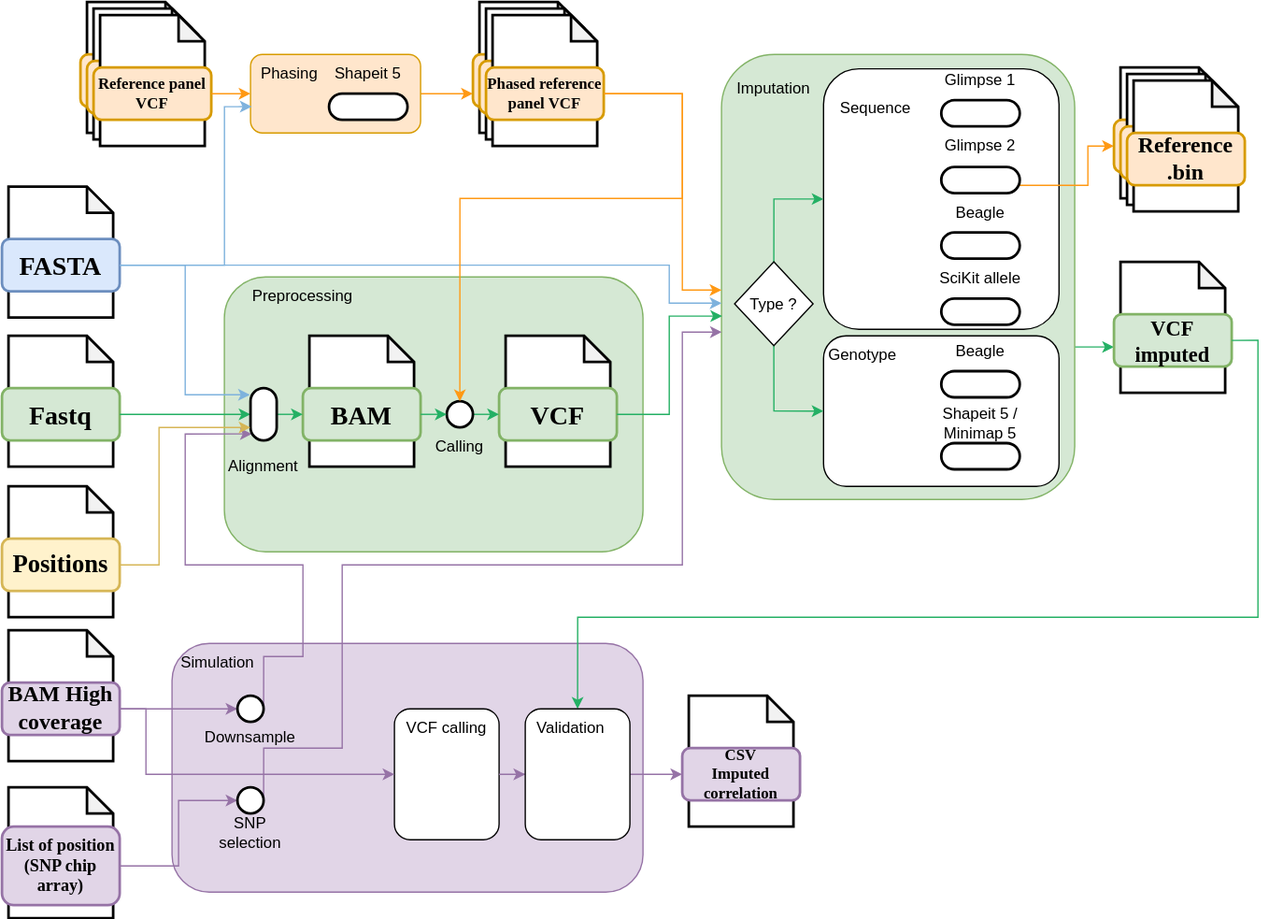
Before: docs/metro_map.drawio.svg, a diagram exported from draw.io (nf-core/phaseimpute). Source tidied: cells renumbered, new cells last; positions are measured from the earlier drawing's top-left corner, leaving out a move shared by most shapes.
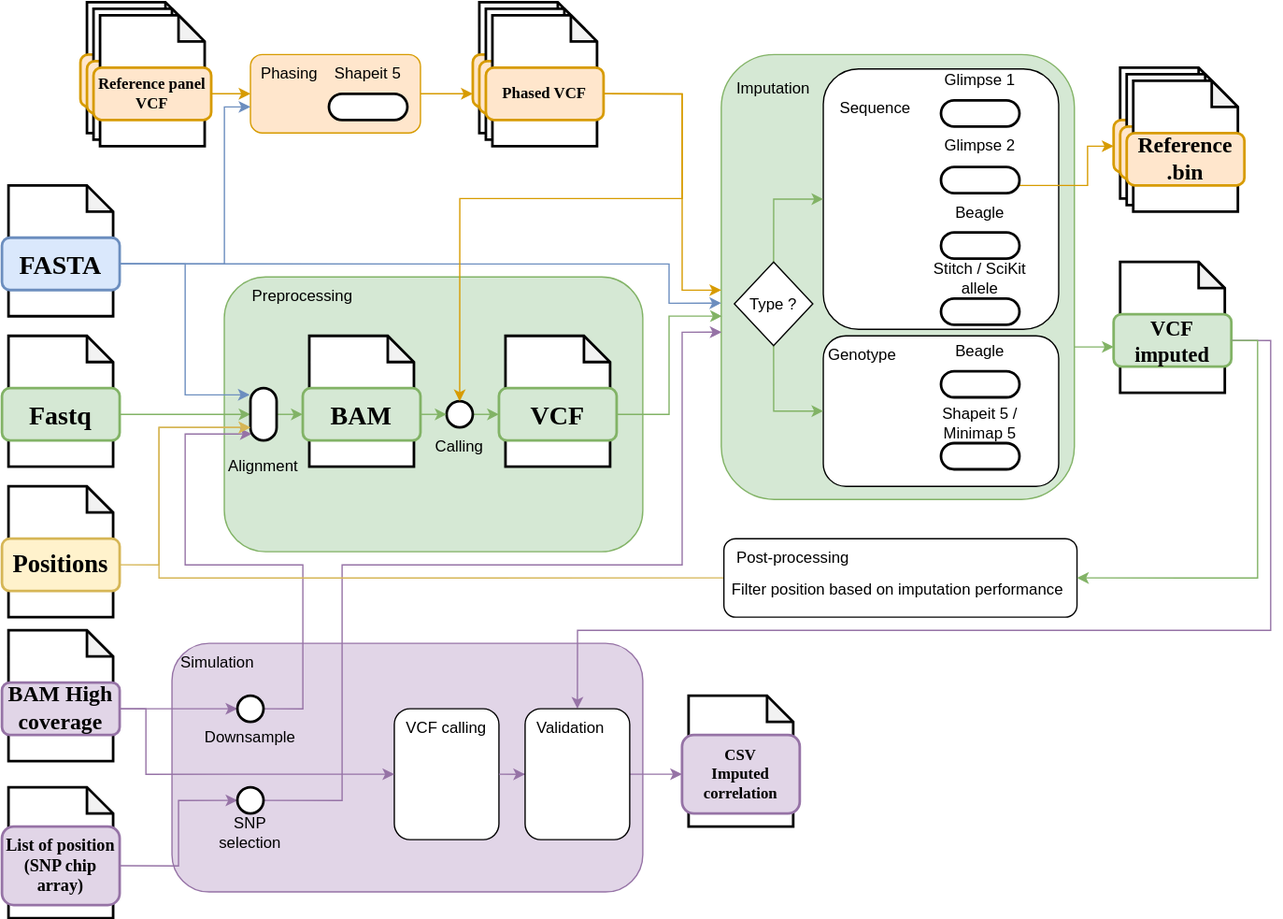
Later version of the same file.

The edit, as a diff of the source:
```diff
@@ -8,7 +8,7 @@
     <mxCell id="3" style="rounded=1;whiteSpace=wrap;html=1;fillColor=#d5e8d4;strokeColor=#82b366;" parent="1" vertex="1">
       <mxGeometry x="170" y="210" width="320" height="210" as="geometry" />
     </mxCell>
-    <mxCell id="4" style="edgeStyle=orthogonalEdgeStyle;rounded=0;orthogonalLoop=1;jettySize=auto;html=1;exitX=1;exitY=0.5;exitDx=0;exitDy=0;entryX=0;entryY=0.5;entryDx=0;entryDy=0;strokeColor=#24B064;" parent="1" edge="1">
+    <mxCell id="4" style="edgeStyle=orthogonalEdgeStyle;rounded=0;orthogonalLoop=1;jettySize=auto;html=1;exitX=1;exitY=0.5;exitDx=0;exitDy=0;entryX=0;entryY=0.5;entryDx=0;entryDy=0;strokeColor=#82b366;fillColor=#d5e8d4;" parent="1" edge="1">
       <mxGeometry relative="1" as="geometry">
         <mxPoint x="820" y="263.5" as="sourcePoint" />
         <mxPoint x="850" y="263" as="targetPoint" />
@@ -35,7 +35,7 @@
     <mxCell id="11" value="Glimpse 1" style="text;html=1;strokeColor=none;fillColor=none;align=center;verticalAlign=middle;whiteSpace=wrap;rounded=0;" parent="1" vertex="1">
       <mxGeometry x="718" y="45" width="60" height="30" as="geometry" />
     </mxCell>
-    <mxCell id="12" style="edgeStyle=orthogonalEdgeStyle;rounded=0;jettySize=auto;html=1;exitX=0.5;exitY=0;exitDx=0;exitDy=0;entryX=0;entryY=0.5;entryDx=0;entryDy=0;strokeColor=#FF9914;" parent="1" edge="1" source="13" target="53">
+    <mxCell id="12" style="edgeStyle=orthogonalEdgeStyle;rounded=0;jettySize=auto;html=1;exitX=0.5;exitY=0;exitDx=0;exitDy=0;entryX=0;entryY=0.5;entryDx=0;entryDy=0;strokeColor=#d79b00;fillColor=#ffe6cc;" parent="1" edge="1" source="13" target="53">
       <mxGeometry relative="1" as="geometry">
         <Array as="points">
           <mxPoint x="830" y="140" />
@@ -79,7 +79,7 @@
     <mxCell id="24" value="Shapeit 5 / Minimap 5" style="text;html=1;strokeColor=none;fillColor=none;align=center;verticalAlign=middle;whiteSpace=wrap;rounded=0;" parent="1" vertex="1">
       <mxGeometry x="718" y="307" width="60" height="30" as="geometry" />
     </mxCell>
-    <mxCell id="25" style="edgeStyle=orthogonalEdgeStyle;rounded=0;jettySize=auto;html=1;exitX=1;exitY=0.5;exitDx=0;exitDy=0;strokeColor=#FF9914;" parent="1" edge="1" source="65" target="5">
+    <mxCell id="25" style="edgeStyle=orthogonalEdgeStyle;rounded=0;jettySize=auto;html=1;exitX=1;exitY=0.5;exitDx=0;exitDy=0;strokeColor=#d79b00;fillColor=#ffe6cc;" parent="1" edge="1" source="65" target="5">
       <mxGeometry relative="1" as="geometry">
         <Array as="points">
           <mxPoint x="520" y="70" />
@@ -87,7 +87,7 @@
         </Array>
       </mxGeometry>
     </mxCell>
-    <mxCell id="26" style="edgeStyle=orthogonalEdgeStyle;rounded=0;jettySize=auto;html=1;exitX=1;exitY=0.5;exitDx=0;exitDy=0;entryX=0;entryY=0.75;entryDx=0;entryDy=0;strokeColor=#FF9914;" parent="1" edge="1" source="27" target="61">
+    <mxCell id="26" style="edgeStyle=orthogonalEdgeStyle;rounded=0;jettySize=auto;html=1;exitX=1;exitY=0.5;exitDx=0;exitDy=0;entryX=0;entryY=0.75;entryDx=0;entryDy=0;strokeColor=#d79b00;fillColor=#ffe6cc;" parent="1" edge="1" source="27" target="61">
       <mxGeometry relative="1" as="geometry" />
     </mxCell>
     <mxCell id="27" style="rounded=1;whiteSpace=wrap;html=1;fillColor=#ffe6cc;strokeColor=#d79b00;" parent="1" vertex="1">
@@ -135,10 +135,10 @@
     <mxCell id="41" value="Simulation" style="text;html=1;strokeColor=none;fillColor=none;align=center;verticalAlign=middle;whiteSpace=wrap;rounded=0;" parent="1" vertex="1">
       <mxGeometry x="130" y="490" width="70" height="30" as="geometry" />
     </mxCell>
-    <mxCell id="42" style="edgeStyle=orthogonalEdgeStyle;rounded=0;jettySize=auto;html=1;exitX=0.5;exitY=0;exitDx=0;exitDy=0;entryX=0;entryY=0.5;entryDx=0;entryDy=0;strokeColor=#24B064;" parent="1" edge="1" source="44" target="6">
+    <mxCell id="42" style="edgeStyle=orthogonalEdgeStyle;rounded=0;jettySize=auto;html=1;exitX=0.5;exitY=0;exitDx=0;exitDy=0;entryX=0;entryY=0.5;entryDx=0;entryDy=0;strokeColor=#82b366;fillColor=#d5e8d4;" parent="1" edge="1" source="44" target="6">
       <mxGeometry relative="1" as="geometry" />
     </mxCell>
-    <mxCell id="43" style="edgeStyle=orthogonalEdgeStyle;rounded=0;jettySize=auto;html=1;exitX=0.5;exitY=1;exitDx=0;exitDy=0;entryX=0;entryY=0.5;entryDx=0;entryDy=0;strokeColor=#24B064;" parent="1" edge="1" source="44" target="19">
+    <mxCell id="43" style="edgeStyle=orthogonalEdgeStyle;rounded=0;jettySize=auto;html=1;exitX=0.5;exitY=1;exitDx=0;exitDy=0;entryX=0;entryY=0.5;entryDx=0;entryDy=0;strokeColor=#82b366;fillColor=#d5e8d4;" parent="1" edge="1" source="44" target="19">
       <mxGeometry relative="1" as="geometry" />
     </mxCell>
     <mxCell id="44" value="Type ?" style="rhombus;whiteSpace=wrap;html=1;" parent="1" vertex="1">
@@ -147,7 +147,7 @@
     <mxCell id="45" value="Preprocessing" style="text;html=1;strokeColor=none;fillColor=none;align=center;verticalAlign=middle;whiteSpace=wrap;rounded=0;" parent="1" vertex="1">
       <mxGeometry x="170" y="210" width="120" height="30" as="geometry" />
     </mxCell>
-    <mxCell id="46" style="edgeStyle=orthogonalEdgeStyle;rounded=0;jettySize=auto;html=1;exitX=1;exitY=0.5;exitDx=0;exitDy=0;entryX=0;entryY=0.5;entryDx=0;entryDy=0;strokeColor=#24B064;" parent="1" edge="1" source="9">
+    <mxCell id="46" style="edgeStyle=orthogonalEdgeStyle;rounded=0;jettySize=auto;html=1;exitX=1;exitY=0.5;exitDx=0;exitDy=0;entryX=0;entryY=0.5;entryDx=0;entryDy=0;strokeColor=#82b366;fillColor=#d5e8d4;" parent="1" edge="1" source="9">
       <mxGeometry relative="1" as="geometry">
         <mxPoint x="190" y="315" as="targetPoint" />
       </mxGeometry>
@@ -185,12 +185,12 @@
     <mxCell id="57" value="&lt;font style=&quot;font-size: 17px;&quot; face=&quot;Maven Pro&quot;&gt;&lt;b&gt;Reference .bin&lt;/b&gt;&lt;/font&gt;&lt;font style=&quot;font-size: 17px;&quot; face=&quot;Maven Pro&quot;&gt;&lt;b&gt;&lt;br&gt;&lt;/b&gt;&lt;/font&gt;" style="rounded=1;whiteSpace=wrap;html=1;strokeWidth=2;fillColor=#ffe6cc;strokeColor=#d79b00;" parent="51" vertex="1">
       <mxGeometry x="10" y="50" width="90" height="40" as="geometry" />
     </mxCell>
-    <mxCell id="58" style="edgeStyle=orthogonalEdgeStyle;rounded=0;jettySize=auto;html=1;exitX=1;exitY=0.5;exitDx=0;exitDy=0;entryX=0.5;entryY=0;entryDx=0;entryDy=0;strokeColor=#24B064;" parent="1" edge="1" source="50" target="105">
+    <mxCell id="58" style="edgeStyle=orthogonalEdgeStyle;rounded=0;jettySize=auto;html=1;exitX=1;exitY=0.5;exitDx=0;exitDy=0;entryX=0.5;entryY=0;entryDx=0;entryDy=0;strokeColor=#9673a6;fillColor=#e1d5e7;" parent="1" edge="1" source="50" target="105">
       <mxGeometry relative="1" as="geometry">
         <Array as="points">
-          <mxPoint x="960" y="259" />
-          <mxPoint x="960" y="470" />
-          <mxPoint x="440" y="470" />
+          <mxPoint x="970" y="259" />
+          <mxPoint x="970" y="480" />
+          <mxPoint x="440" y="480" />
         </Array>
       </mxGeometry>
     </mxCell>
@@ -212,10 +212,10 @@
     <mxCell id="64" style="shape=note;whiteSpace=wrap;html=1;backgroundOutline=1;darkOpacity=0.05;rounded=1;size=20;strokeWidth=2;" parent="59" vertex="1">
       <mxGeometry x="15" y="10" width="80" height="100" as="geometry" />
     </mxCell>
-    <mxCell id="65" value="&lt;font face=&quot;Maven Pro&quot;&gt;&lt;b&gt;Phased reference panel VCF&lt;/b&gt;&lt;/font&gt;&lt;font face=&quot;Maven Pro&quot;&gt;&lt;b&gt;&lt;br&gt;&lt;/b&gt;&lt;/font&gt;" style="rounded=1;whiteSpace=wrap;html=1;strokeWidth=2;fillColor=#ffe6cc;strokeColor=#d79b00;" parent="59" vertex="1">
+    <mxCell id="65" value="&lt;font face=&quot;Maven Pro&quot;&gt;&lt;b&gt;Phased VCF&lt;/b&gt;&lt;/font&gt;&lt;font face=&quot;Maven Pro&quot;&gt;&lt;b&gt;&lt;br&gt;&lt;/b&gt;&lt;/font&gt;" style="rounded=1;whiteSpace=wrap;html=1;strokeWidth=2;fillColor=#ffe6cc;strokeColor=#d79b00;" parent="59" vertex="1">
       <mxGeometry x="10" y="50" width="90" height="40" as="geometry" />
     </mxCell>
-    <mxCell id="66" style="edgeStyle=orthogonalEdgeStyle;rounded=0;jettySize=auto;html=1;exitX=1;exitY=0.5;exitDx=0;exitDy=0;entryX=0;entryY=0.5;entryDx=0;entryDy=0;strokeColor=#FF9914;" parent="1" edge="1" source="37" target="27">
+    <mxCell id="66" style="edgeStyle=orthogonalEdgeStyle;rounded=0;jettySize=auto;html=1;exitX=1;exitY=0.5;exitDx=0;exitDy=0;entryX=0;entryY=0.5;entryDx=0;entryDy=0;strokeColor=#d79b00;fillColor=#ffe6cc;" parent="1" edge="1" source="37" target="27">
       <mxGeometry relative="1" as="geometry">
         <Array as="points">
           <mxPoint x="160" y="70" />
@@ -223,7 +223,7 @@
       </mxGeometry>
     </mxCell>
     <mxCell id="67" style="group;" parent="1" vertex="1">
-      <mxGeometry y="141" width="90" height="100" as="geometry" />
+      <mxGeometry y="140" width="90" height="100" as="geometry" />
     </mxCell>
     <mxCell id="68" style="shape=note;whiteSpace=wrap;html=1;backgroundOutline=1;darkOpacity=0.05;rounded=1;size=20;strokeWidth=2;" parent="67" vertex="1">
       <mxGeometry x="5" width="80" height="100" as="geometry" />
@@ -240,34 +240,25 @@
     <mxCell id="72" value="&lt;font size=&quot;1&quot; face=&quot;Maven Pro&quot;&gt;&lt;b style=&quot;font-size: 20px;&quot;&gt;BAM&lt;/b&gt;&lt;/font&gt;" style="rounded=1;whiteSpace=wrap;html=1;strokeWidth=2;fillColor=#d5e8d4;strokeColor=#82b366;" parent="70" vertex="1">
       <mxGeometry y="40" width="90" height="40" as="geometry" />
     </mxCell>
-    <mxCell id="73" style="edgeStyle=orthogonalEdgeStyle;rounded=0;jettySize=auto;html=1;exitX=1;exitY=0.5;exitDx=0;exitDy=0;entryX=0.007;entryY=0.665;entryDx=0;entryDy=0;strokeColor=#7EB2DD;entryPerimeter=0;" parent="1" edge="1" source="69" target="27">
-      <mxGeometry relative="1" as="geometry">
-        <Array as="points">
-          <mxPoint x="170" y="201" />
-          <mxPoint x="170" y="80" />
-        </Array>
-      </mxGeometry>
-    </mxCell>
-    <mxCell id="74" style="edgeStyle=orthogonalEdgeStyle;rounded=0;jettySize=auto;html=1;exitX=1;exitY=0.5;exitDx=0;exitDy=0;entryX=-0.024;entryY=0.149;entryDx=0;entryDy=0;strokeColor=#7EB2DD;entryPerimeter=0;" parent="1" edge="1" source="69" target="112">
+    <mxCell id="74" style="edgeStyle=orthogonalEdgeStyle;rounded=0;jettySize=auto;html=1;exitX=1;exitY=0.5;exitDx=0;exitDy=0;entryX=-0.024;entryY=0.149;entryDx=0;entryDy=0;strokeColor=#6c8ebf;entryPerimeter=0;fillColor=#dae8fc;" parent="1" edge="1" source="69" target="112">
       <mxGeometry relative="1" as="geometry">
         <Array as="points">
-          <mxPoint x="140" y="201" />
+          <mxPoint x="140" y="200" />
           <mxPoint x="140" y="300" />
           <mxPoint x="190" y="300" />
         </Array>
       </mxGeometry>
     </mxCell>
-    <mxCell id="75" style="edgeStyle=orthogonalEdgeStyle;rounded=0;jettySize=auto;html=1;exitX=1;exitY=0.5;exitDx=0;exitDy=0;strokeColor=#7EB2DD;" parent="1" edge="1" source="69">
+    <mxCell id="75" style="edgeStyle=orthogonalEdgeStyle;rounded=0;jettySize=auto;html=1;exitX=1;exitY=0.5;exitDx=0;exitDy=0;strokeColor=#6c8ebf;fillColor=#dae8fc;" parent="1" edge="1" source="69">
       <mxGeometry relative="1" as="geometry">
         <mxPoint x="550" y="230" as="targetPoint" />
         <Array as="points">
-          <mxPoint x="510" y="201" />
+          <mxPoint x="510" y="200" />
           <mxPoint x="510" y="230" />
-          <mxPoint x="550" y="230" />
         </Array>
       </mxGeometry>
     </mxCell>
-    <mxCell id="76" style="edgeStyle=orthogonalEdgeStyle;rounded=0;jettySize=auto;html=1;exitX=1;exitY=0.5;exitDx=0;exitDy=0;entryX=0;entryY=0.5;entryDx=0;entryDy=0;strokeColor=#24B064;" parent="1" edge="1" target="72">
+    <mxCell id="76" style="edgeStyle=orthogonalEdgeStyle;rounded=0;jettySize=auto;html=1;exitX=1;exitY=0.5;exitDx=0;exitDy=0;entryX=0;entryY=0.5;entryDx=0;entryDy=0;strokeColor=#82b366;fillColor=#d5e8d4;" parent="1" edge="1" target="72">
       <mxGeometry relative="1" as="geometry">
         <mxPoint x="210" y="315" as="sourcePoint" />
       </mxGeometry>
@@ -281,16 +272,16 @@
     <mxCell id="79" value="&lt;font size=&quot;1&quot; face=&quot;Maven Pro&quot;&gt;&lt;b style=&quot;font-size: 20px;&quot;&gt;VCF&lt;/b&gt;&lt;/font&gt;" style="rounded=1;whiteSpace=wrap;html=1;strokeWidth=2;fillColor=#d5e8d4;strokeColor=#82b366;" parent="77" vertex="1">
       <mxGeometry y="40" width="90" height="40" as="geometry" />
     </mxCell>
-    <mxCell id="80" style="edgeStyle=orthogonalEdgeStyle;rounded=0;jettySize=auto;html=1;exitX=1;exitY=0.5;exitDx=0;exitDy=0;entryX=0;entryY=0.5;entryDx=0;entryDy=0;strokeColor=#24B064;" parent="1" edge="1" source="81" target="79">
+    <mxCell id="80" style="edgeStyle=orthogonalEdgeStyle;rounded=0;jettySize=auto;html=1;exitX=1;exitY=0.5;exitDx=0;exitDy=0;entryX=0;entryY=0.5;entryDx=0;entryDy=0;strokeColor=#82b366;fillColor=#d5e8d4;" parent="1" edge="1" source="81" target="79">
       <mxGeometry relative="1" as="geometry" />
     </mxCell>
     <mxCell id="81" style="ellipse;whiteSpace=wrap;html=1;rounded=1;rotation=0;strokeWidth=2;" parent="1" vertex="1">
       <mxGeometry x="340" y="305" width="20" height="20" as="geometry" />
     </mxCell>
-    <mxCell id="82" style="edgeStyle=orthogonalEdgeStyle;rounded=0;jettySize=auto;html=1;exitX=1;exitY=0.5;exitDx=0;exitDy=0;entryX=0;entryY=0.5;entryDx=0;entryDy=0;strokeColor=#24B064;" parent="1" edge="1" source="72" target="81">
+    <mxCell id="82" style="edgeStyle=orthogonalEdgeStyle;rounded=0;jettySize=auto;html=1;exitX=1;exitY=0.5;exitDx=0;exitDy=0;entryX=0;entryY=0.5;entryDx=0;entryDy=0;strokeColor=#82b366;fillColor=#d5e8d4;" parent="1" edge="1" source="72" target="81">
       <mxGeometry relative="1" as="geometry" />
     </mxCell>
-    <mxCell id="83" style="edgeStyle=orthogonalEdgeStyle;rounded=0;jettySize=auto;html=1;exitX=1;exitY=0.5;exitDx=0;exitDy=0;entryX=0.5;entryY=0;entryDx=0;entryDy=0;strokeColor=#FF9914;" parent="1" edge="1" source="65" target="81">
+    <mxCell id="83" style="edgeStyle=orthogonalEdgeStyle;rounded=0;jettySize=auto;html=1;exitX=1;exitY=0.5;exitDx=0;exitDy=0;entryX=0.5;entryY=0;entryDx=0;entryDy=0;strokeColor=#d79b00;fillColor=#ffe6cc;" parent="1" edge="1" source="65" target="81">
       <mxGeometry relative="1" as="geometry">
         <Array as="points">
           <mxPoint x="520" y="70" />
@@ -305,8 +296,7 @@
     <mxCell id="85" style="edgeStyle=orthogonalEdgeStyle;rounded=0;jettySize=auto;html=1;entryX=0.051;entryY=0.874;entryDx=0;entryDy=0;strokeColor=#9673a6;entryPerimeter=0;fillColor=#e1d5e7;exitX=1;exitY=0.5;exitDx=0;exitDy=0;" parent="1" edge="1" source="91" target="112">
       <mxGeometry relative="1" as="geometry">
         <Array as="points">
-          <mxPoint x="200" y="500" />
-          <mxPoint x="230" y="500" />
+          <mxPoint x="230" y="540" />
           <mxPoint x="230" y="430" />
           <mxPoint x="140" y="430" />
           <mxPoint x="140" y="330" />
@@ -319,7 +309,7 @@
     <mxCell id="87" value="VCF calling" style="text;html=1;strokeColor=none;fillColor=none;align=center;verticalAlign=middle;whiteSpace=wrap;rounded=0;" parent="1" vertex="1">
       <mxGeometry x="300" y="540" width="80" height="30" as="geometry" />
     </mxCell>
-    <mxCell id="88" style="edgeStyle=orthogonalEdgeStyle;rounded=0;jettySize=auto;html=1;exitX=1;exitY=0.5;exitDx=0;exitDy=0;entryX=0.002;entryY=0.588;entryDx=0;entryDy=0;strokeColor=#24B064;entryPerimeter=0;" parent="1" edge="1" source="79" target="5">
+    <mxCell id="88" style="edgeStyle=orthogonalEdgeStyle;rounded=0;jettySize=auto;html=1;exitX=1;exitY=0.5;exitDx=0;exitDy=0;entryX=0.002;entryY=0.588;entryDx=0;entryDy=0;strokeColor=#82b366;entryPerimeter=0;fillColor=#d5e8d4;" parent="1" edge="1" source="79" target="5">
       <mxGeometry relative="1" as="geometry">
         <Array as="points">
           <mxPoint x="510" y="315" />
@@ -330,7 +320,7 @@
     <mxCell id="89" style="rounded=1;whiteSpace=wrap;html=1;strokeWidth=2;arcSize=50;rotation=90;" parent="1" vertex="1">
       <mxGeometry x="738" y="206.5" width="20" height="60" as="geometry" />
     </mxCell>
-    <mxCell id="90" value="SciKit allele" style="text;html=1;strokeColor=none;fillColor=none;align=center;verticalAlign=middle;whiteSpace=wrap;rounded=0;" parent="1" vertex="1">
+    <mxCell id="90" value="Stitch / SciKit allele" style="text;html=1;strokeColor=none;fillColor=none;align=center;verticalAlign=middle;whiteSpace=wrap;rounded=0;" parent="1" vertex="1">
       <mxGeometry x="708" y="196" width="80" height="30" as="geometry" />
     </mxCell>
     <mxCell id="91" style="ellipse;whiteSpace=wrap;html=1;rounded=1;rotation=0;strokeWidth=2;" parent="1" vertex="1">
@@ -346,7 +336,7 @@
       <mxGeometry x="5" width="80" height="100" as="geometry" />
     </mxCell>
     <mxCell id="95" value="&lt;font face=&quot;Maven Pro&quot;&gt;&lt;b&gt;CSV&lt;br&gt;Imputed correlation&lt;br&gt;&lt;/b&gt;&lt;/font&gt;" style="rounded=1;whiteSpace=wrap;html=1;strokeWidth=2;fillColor=#e1d5e7;strokeColor=#9673a6;" parent="93" vertex="1">
-      <mxGeometry y="40" width="90" height="40" as="geometry" />
+      <mxGeometry y="30" width="90" height="60" as="geometry" />
     </mxCell>
     <mxCell id="96" style="group;" parent="1" vertex="1">
       <mxGeometry y="600" width="90" height="100" as="geometry" />
@@ -363,7 +353,7 @@
     <mxCell id="100" style="edgeStyle=orthogonalEdgeStyle;rounded=0;jettySize=auto;html=1;exitX=1;exitY=0.5;exitDx=0;exitDy=0;entryX=0.001;entryY=0.624;entryDx=0;entryDy=0;entryPerimeter=0;fillColor=#e1d5e7;strokeColor=#9673a6;" parent="1" edge="1" source="101" target="5">
       <mxGeometry relative="1" as="geometry">
         <Array as="points">
-          <mxPoint x="260" y="570" />
+          <mxPoint x="260" y="610" />
           <mxPoint x="260" y="430" />
           <mxPoint x="520" y="430" />
           <mxPoint x="520" y="252" />
@@ -419,5 +409,33 @@
         </Array>
       </mxGeometry>
     </mxCell>
+    <mxCell id="73" style="edgeStyle=orthogonalEdgeStyle;rounded=0;jettySize=auto;html=1;exitX=1;exitY=0.5;exitDx=0;exitDy=0;entryX=0;entryY=0.667;entryDx=0;entryDy=0;entryPerimeter=0;fillColor=#dae8fc;strokeColor=#6c8ebf;" parent="1" edge="1" source="69" target="27">
+      <mxGeometry relative="1" as="geometry">
+        <Array as="points">
+          <mxPoint x="170" y="200" />
+          <mxPoint x="170" y="80" />
+        </Array>
+      </mxGeometry>
+    </mxCell>
+    <mxCell id="114" style="edgeStyle=orthogonalEdgeStyle;rounded=0;jettySize=auto;html=1;entryX=0;entryY=0.75;entryDx=0;entryDy=0;fillColor=#fff2cc;strokeColor=#d6b656;exitX=0;exitY=0.5;exitDx=0;exitDy=0;" parent="1" edge="1" source="115" target="112">
+      <mxGeometry relative="1" as="geometry">
+        <Array as="points">
+          <mxPoint x="120" y="440" />
+          <mxPoint x="120" y="325" />
+        </Array>
+      </mxGeometry>
+    </mxCell>
+    <mxCell id="115" style="rounded=1;whiteSpace=wrap;html=1;" parent="1" vertex="1">
+      <mxGeometry x="552" y="410" width="270" height="60" as="geometry" />
+    </mxCell>
+    <mxCell id="116" value="Post-processing" style="text;html=1;strokeColor=none;fillColor=none;align=center;verticalAlign=middle;whiteSpace=wrap;rounded=0;" parent="1" vertex="1">
+      <mxGeometry x="550" y="410" width="110" height="30" as="geometry" />
+    </mxCell>
+    <mxCell id="117" style="edgeStyle=orthogonalEdgeStyle;rounded=0;jettySize=auto;html=1;exitX=1;exitY=0.5;exitDx=0;exitDy=0;entryX=1;entryY=0.5;entryDx=0;entryDy=0;fillColor=#d5e8d4;strokeColor=#82b366;" parent="1" edge="1" source="50" target="115">
+      <mxGeometry relative="1" as="geometry" />
+    </mxCell>
+    <mxCell id="118" value="Filter position based on imputation performance" style="text;html=1;strokeColor=none;fillColor=none;align=center;verticalAlign=middle;whiteSpace=wrap;rounded=0;" parent="1" vertex="1">
+      <mxGeometry x="550" y="434" width="270" height="30" as="geometry" />
+    </mxCell>
   </root>
 </mxGraphModel>
```
